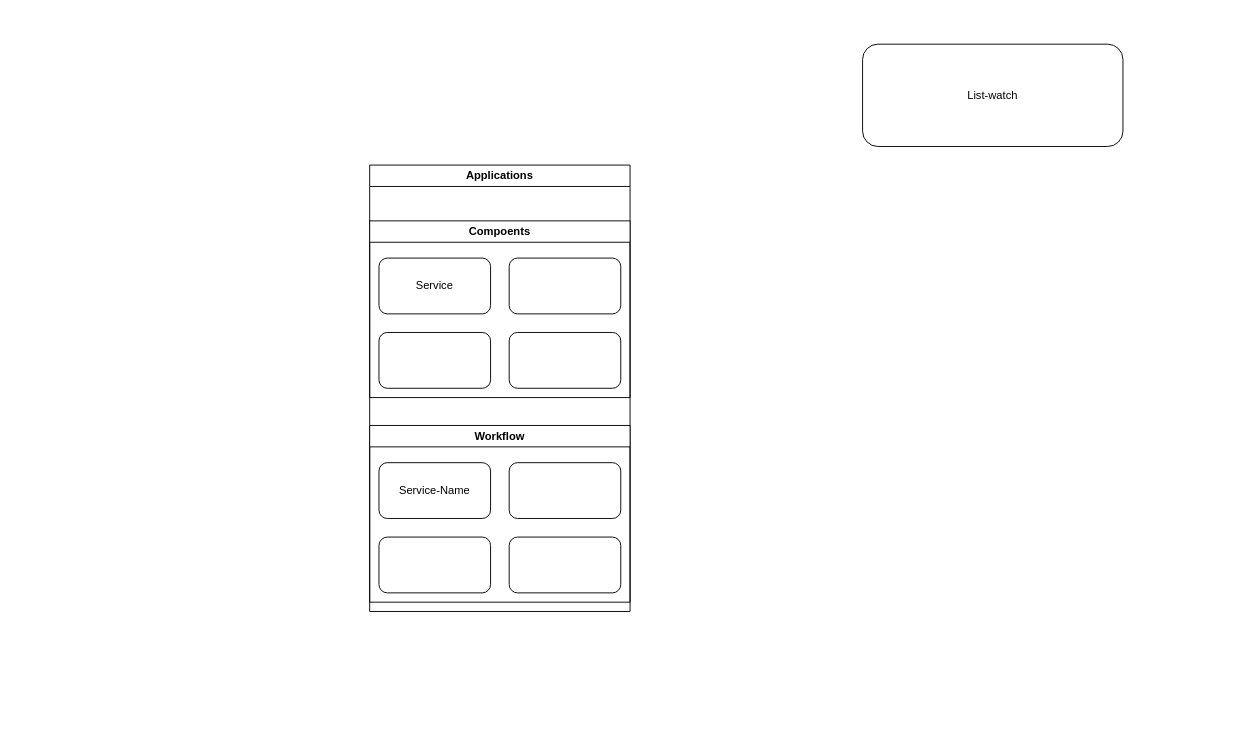
The draw.io diagram doc/workflow.drawio in SilentEchoe/KubeMin-Cli, before the edit. Source tidied: cells renumbered, new cells numbered last; positions are measured from the earlier drawing's top-left corner, leaving out a move shared by most shapes. Both pictures are drawn from the tidied source at 93%, with x=0, y=0 at pixel (369, 44).
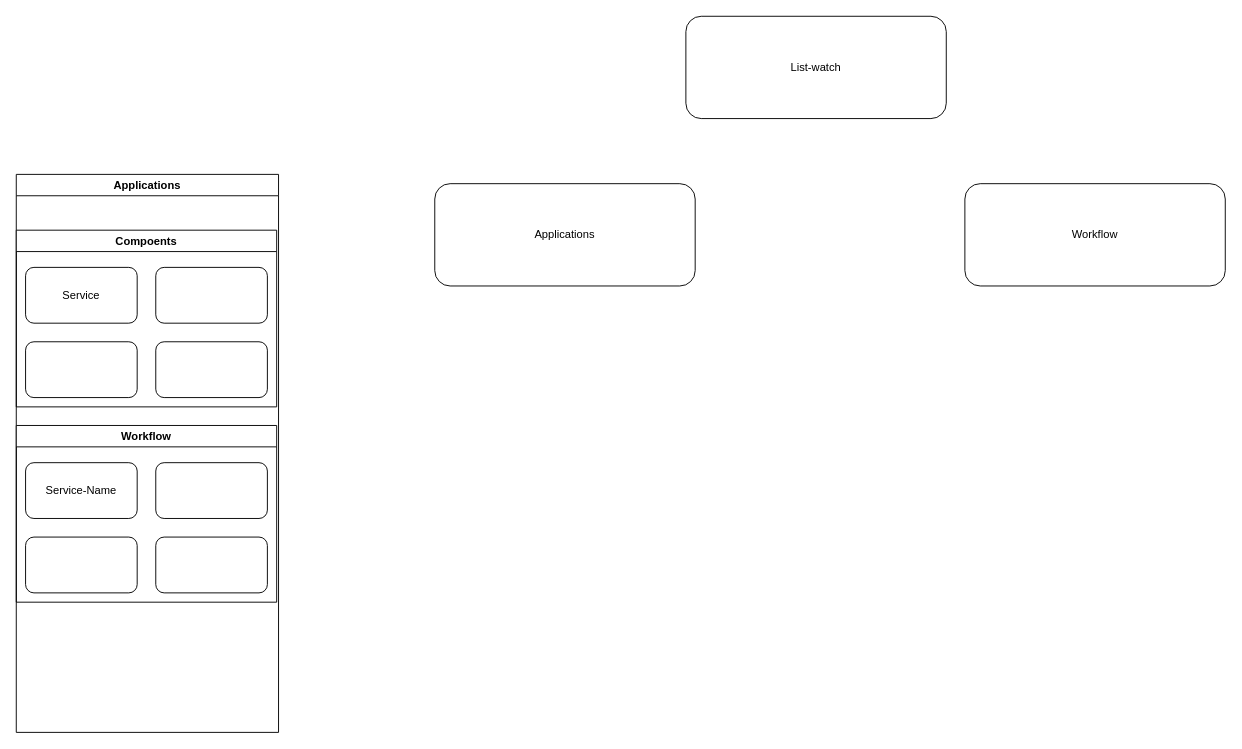
After the change.

Change to the diagram source:
```diff
@@
 <mxGraphModel>
   <root>
     <mxCell id="0" />
     <mxCell id="1" parent="0" />
     <mxCell id="2" value="List-watch" style="rounded=1;whiteSpace=wrap;html=1;" parent="1" vertex="1">
-      <mxGeometry x="530" width="280" height="110" as="geometry" />
+      <mxGeometry x="340" y="-30" width="280" height="110" as="geometry" />
     </mxCell>
     <mxCell id="3" value="Applications" style="swimlane;whiteSpace=wrap;html=1;" parent="1" vertex="1">
-      <mxGeometry y="130" width="280" height="480" as="geometry" />
+      <mxGeometry x="-380" y="140" width="282" height="600" as="geometry" />
     </mxCell>
     <mxCell id="4" value="Compoents" style="swimlane;whiteSpace=wrap;html=1;" parent="3" vertex="1">
       <mxGeometry y="60" width="280" height="190" as="geometry" />
     </mxCell>
     <mxCell id="5" value="Service" style="rounded=1;whiteSpace=wrap;html=1;" parent="4" vertex="1">
       <mxGeometry x="10" y="40" width="120" height="60" as="geometry" />
     </mxCell>
     <mxCell id="6" style="rounded=1;whiteSpace=wrap;html=1;" parent="4" vertex="1">
       <mxGeometry x="150" y="40" width="120" height="60" as="geometry" />
     </mxCell>
     <mxCell id="7" style="rounded=1;whiteSpace=wrap;html=1;" parent="4" vertex="1">
       <mxGeometry x="10" y="120" width="120" height="60" as="geometry" />
     </mxCell>
     <mxCell id="8" style="rounded=1;whiteSpace=wrap;html=1;" parent="4" vertex="1">
       <mxGeometry x="150" y="120" width="120" height="60" as="geometry" />
     </mxCell>
     <mxCell id="9" value="Workflow" style="swimlane;whiteSpace=wrap;html=1;" parent="3" vertex="1">
-      <mxGeometry y="280" width="280" height="190" as="geometry" />
+      <mxGeometry y="270" width="280" height="190" as="geometry" />
     </mxCell>
     <mxCell id="10" value="Service-Name" style="rounded=1;whiteSpace=wrap;html=1;" parent="9" vertex="1">
       <mxGeometry x="10" y="40" width="120" height="60" as="geometry" />
     </mxCell>
     <mxCell id="11" style="rounded=1;whiteSpace=wrap;html=1;" parent="9" vertex="1">
       <mxGeometry x="150" y="40" width="120" height="60" as="geometry" />
     </mxCell>
     <mxCell id="12" style="rounded=1;whiteSpace=wrap;html=1;" parent="9" vertex="1">
       <mxGeometry x="10" y="120" width="120" height="60" as="geometry" />
     </mxCell>
     <mxCell id="13" style="rounded=1;whiteSpace=wrap;html=1;" parent="9" vertex="1">
       <mxGeometry x="150" y="120" width="120" height="60" as="geometry" />
     </mxCell>
+    <mxCell id="14" value="Applications" style="rounded=1;whiteSpace=wrap;html=1;" parent="1" vertex="1">
+      <mxGeometry x="70" y="150" width="280" height="110" as="geometry" />
+    </mxCell>
+    <mxCell id="15" value="Workflow" style="rounded=1;whiteSpace=wrap;html=1;" parent="1" vertex="1">
+      <mxGeometry x="640" y="150" width="280" height="110" as="geometry" />
+    </mxCell>
   </root>
 </mxGraphModel>
```
